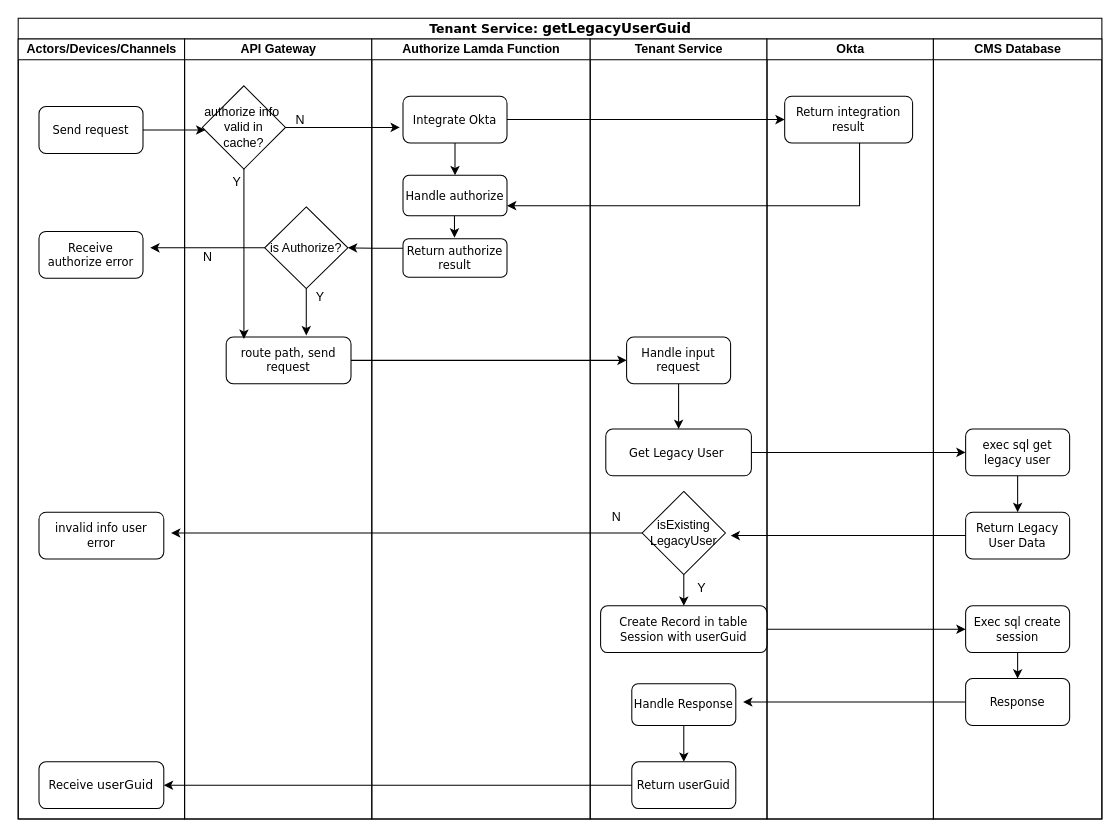
This is DispatchTenant4.drawio from dieunguyen2003/deploycode, a draw.io file, before an edit. Source tidied: cells renumbered, new cells numbered last; positions are measured from the earlier drawing's top-left corner, leaving out a move shared by most shapes. Both pictures are drawn from the tidied source at 104%, with x=0, y=0 at pixel (18, 18).
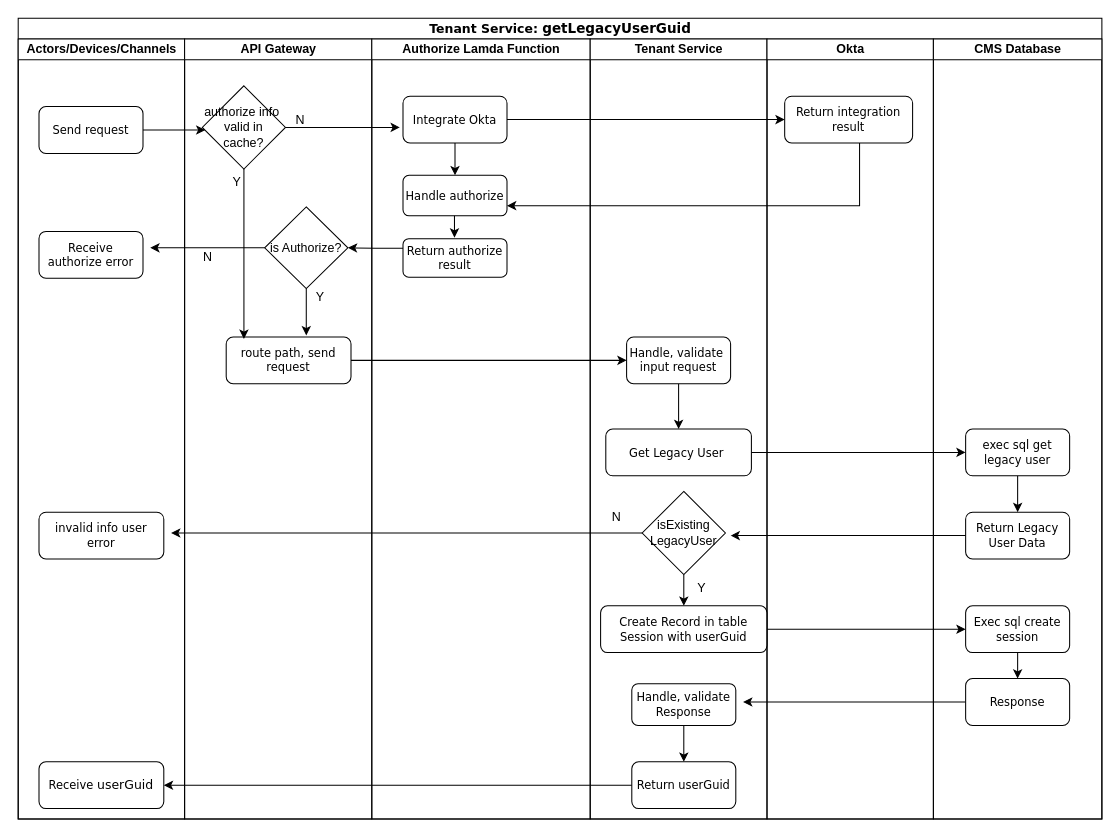
Above is the later version.

Unchanged cells that the change refers to:
```xml
<mxCell id="27" value="Tenant Service" style="swimlane;html=1;startSize=20;" parent="2" vertex="1">
  <mxGeometry x="550" y="20" width="170" height="750" as="geometry" />
</mxCell>
```

Change to the diagram source:
```diff
@@
-    <mxCell id="29" value="&lt;font style=&quot;font-size: 11px;&quot;&gt;Handle input request&lt;/font&gt;" style="rounded=1;whiteSpace=wrap;html=1;shadow=0;labelBackgroundColor=none;strokeWidth=1;fontFamily=Verdana;fontSize=8;align=center;" parent="27" vertex="1">
+    <mxCell id="29" value="&lt;font style=&quot;font-size: 11px;&quot;&gt;Handle, validate&amp;nbsp; input request&lt;/font&gt;" style="rounded=1;whiteSpace=wrap;html=1;shadow=0;labelBackgroundColor=none;strokeWidth=1;fontFamily=Verdana;fontSize=8;align=center;" parent="27" vertex="1">
       <mxGeometry x="35" y="286.5" width="100" height="45" as="geometry" />
     </mxCell>
@@
-    <mxCell id="36" value="&lt;span style=&quot;font-size: 11px;&quot;&gt;Handle Response&lt;/span&gt;" style="rounded=1;whiteSpace=wrap;html=1;shadow=0;labelBackgroundColor=none;strokeWidth=1;fontFamily=Verdana;fontSize=8;align=center;" parent="27" vertex="1">
+    <mxCell id="36" value="&lt;span style=&quot;font-size: 11px;&quot;&gt;Handle, validate Response&lt;/span&gt;" style="rounded=1;whiteSpace=wrap;html=1;shadow=0;labelBackgroundColor=none;strokeWidth=1;fontFamily=Verdana;fontSize=8;align=center;" parent="27" vertex="1">
       <mxGeometry x="40" y="620" width="100" height="40" as="geometry" />
     </mxCell>
```
